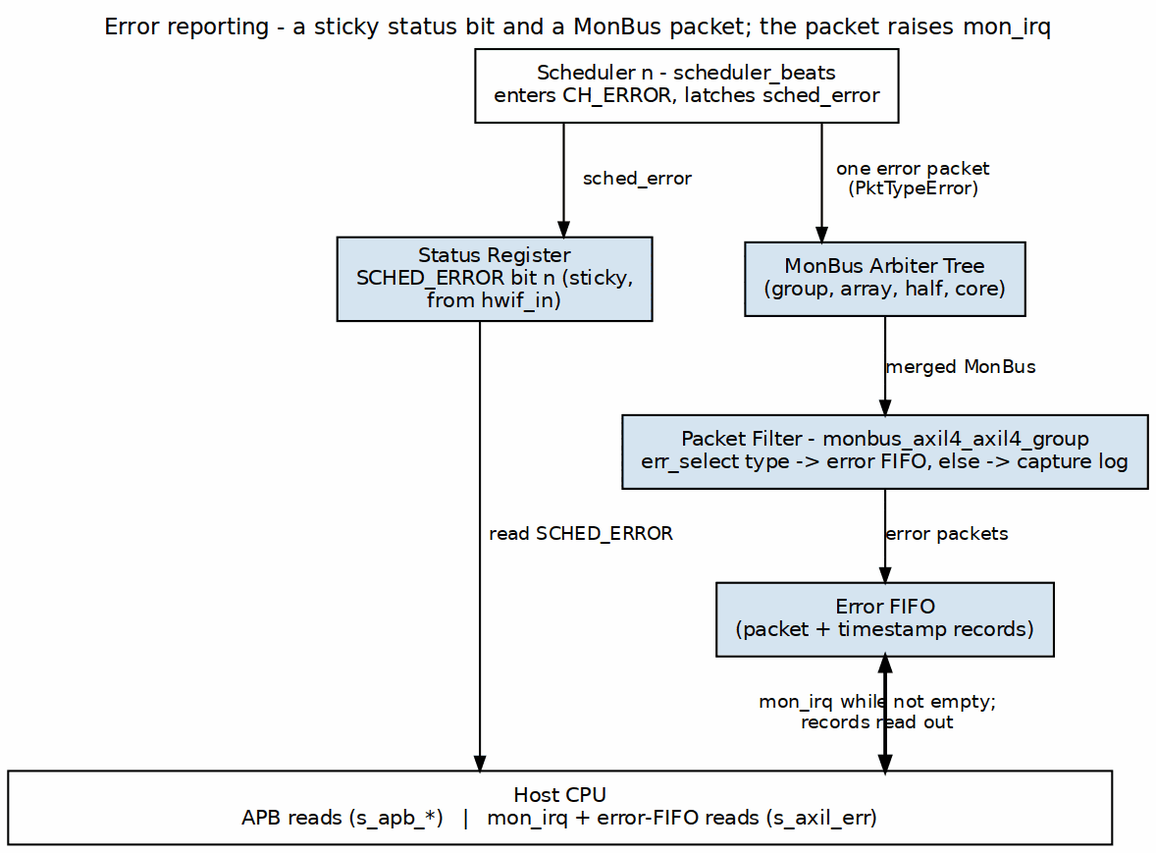
The Graphviz diagram projects/components/dma-ip/rapids/docs/rapids_beats_has/assets/graphviz/ch05_error_reporting.png in sean-galloway/RTLDesignSherpa, before a commit. Its source is kept beside it as projects/components/dma-ip/rapids/docs/rapids_beats_has/assets/graphviz/ch05_error_reporting.dot. Its diagram source:
```dot
digraph rapids_beats_error_reporting {
    graph [rankdir=TB, bgcolor="white", fontname="Helvetica", fontsize=11,
           nodesep="0.60", ranksep="0.50", splines=ortho,
           label="Error reporting - a sticky status bit and a MonBus packet; the packet raises mon_irq",
           labelloc=t, labeljust=c];
    node  [fontname="Helvetica", fontsize=10, shape=box, style=filled,
           fillcolor="#D6E4F0", color="black", margin="0.12,0.06"];
    edge  [fontname="Helvetica", fontsize=9, color="black", arrowsize=0.7];

    sc  [label="Scheduler n - scheduler_beats\nenters CH_ERROR, latches sched_error", fillcolor="white"];
    reg [label="Status Register\nSCHED_ERROR bit n (sticky,\nfrom hwif_in)", group=L];
    arb [label="MonBus Arbiter Tree\n(group, array, half, core)", group=R];
    flt [label="Packet Filter - monbus_axil4_axil4_group\nerr_select type -> error FIFO, else -> capture log", group=R];
    fifo [label="Error FIFO\n(packet + timestamp records)", group=R];
    cpu [label="Host CPU\nAPB reads (s_apb_*)   |   mon_irq + error-FIFO reads (s_axil_err)", fillcolor="white", width=7.5];

    sc  -> reg  [label="sched_error"];
    sc  -> arb  [label="one error packet\n(PktTypeError)"];
    arb -> flt  [label="merged MonBus"];
    flt -> fifo [label="error packets"];
    reg -> cpu  [label="read SCHED_ERROR"];
    fifo -> cpu [dir=both, penwidth=1.8, label="mon_irq while not empty;\nrecords read out"];
    { rank=same; reg; arb; }
}
```
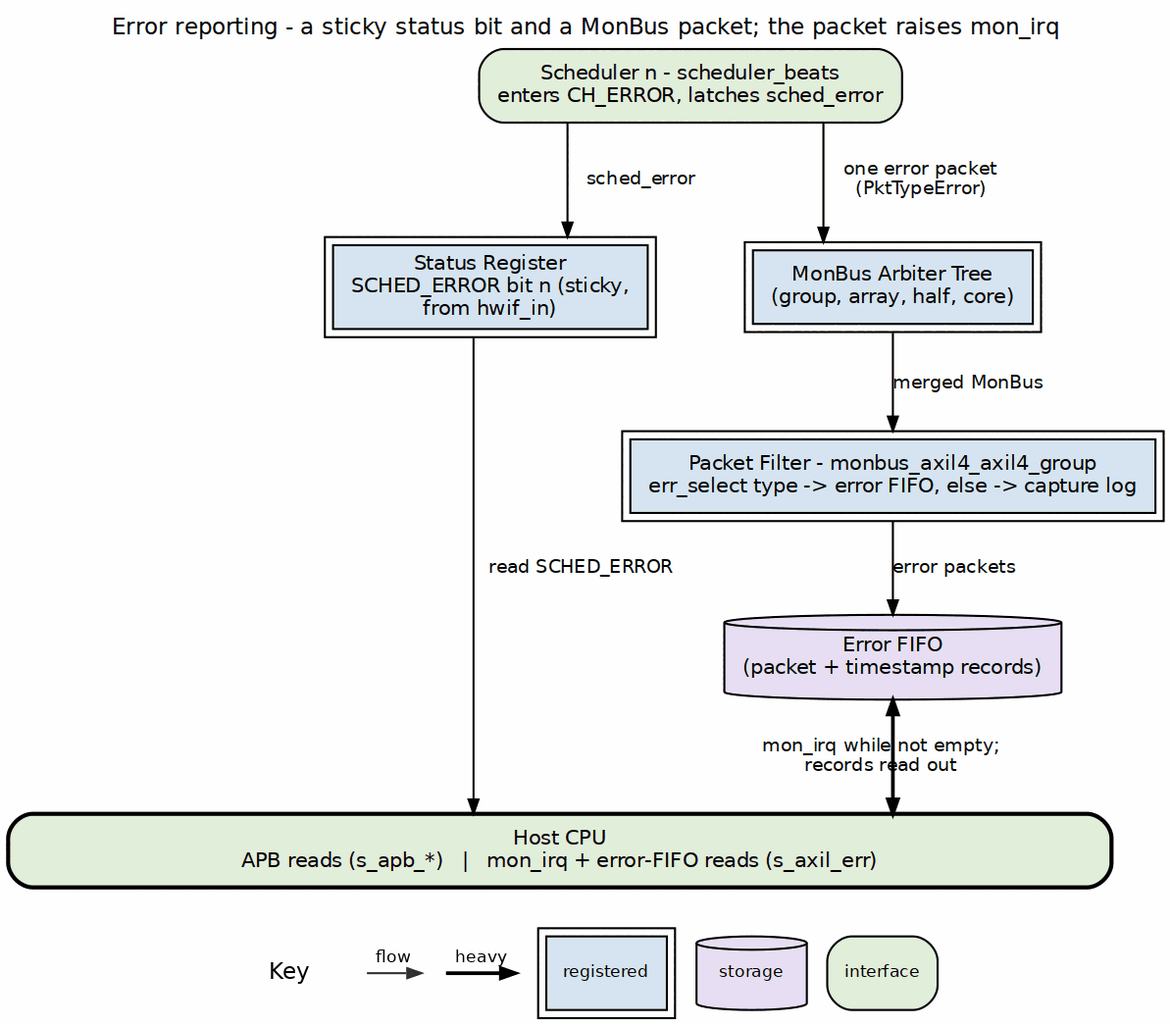
The same file after the commit.

Change to the diagram source:
```diff
@@ -4,15 +4,15 @@
            label="Error reporting - a sticky status bit and a MonBus packet; the packet raises mon_irq",
            labelloc=t, labeljust=c];
     node  [fontname="Helvetica", fontsize=10, shape=box, style=filled,
-           fillcolor="#D6E4F0", color="black", margin="0.12,0.06"];
+           fillcolor="white", color="black", margin="0.12,0.06"];
     edge  [fontname="Helvetica", fontsize=9, color="black", arrowsize=0.7];
 
-    sc  [label="Scheduler n - scheduler_beats\nenters CH_ERROR, latches sched_error", fillcolor="white"];
-    reg [label="Status Register\nSCHED_ERROR bit n (sticky,\nfrom hwif_in)", group=L];
-    arb [label="MonBus Arbiter Tree\n(group, array, half, core)", group=R];
-    flt [label="Packet Filter - monbus_axil4_axil4_group\nerr_select type -> error FIFO, else -> capture log", group=R];
-    fifo [label="Error FIFO\n(packet + timestamp records)", group=R];
-    cpu [label="Host CPU\nAPB reads (s_apb_*)   |   mon_irq + error-FIFO reads (s_axil_err)", fillcolor="white", width=7.5];
+    sc  [label="Scheduler n - scheduler_beats\nenters CH_ERROR, latches sched_error", fillcolor="white", style="rounded,filled", fillcolor="#E2EFDA"];
+    reg [label="Status Register\nSCHED_ERROR bit n (sticky,\nfrom hwif_in)", group=L, peripheries=2, style="filled", fillcolor="#D6E4F0"];
+    arb [label="MonBus Arbiter Tree\n(group, array, half, core)", group=R, peripheries=2, style="filled", fillcolor="#D6E4F0"];
+    flt [label="Packet Filter - monbus_axil4_axil4_group\nerr_select type -> error FIFO, else -> capture log", group=R, peripheries=2, style="filled", fillcolor="#D6E4F0"];
+    fifo [label="Error FIFO\n(packet + timestamp records)", group=R, shape=cylinder, style="filled", fillcolor="#E8DFF5"];
+    cpu [label="Host CPU\nAPB reads (s_apb_*)   |   mon_irq + error-FIFO reads (s_axil_err)", fillcolor="white", width=7.5, style="rounded,filled,bold", fillcolor="#E2EFDA"];
 
     sc  -> reg  [label="sched_error"];
     sc  -> arb  [label="one error packet\n(PktTypeError)"];
```
